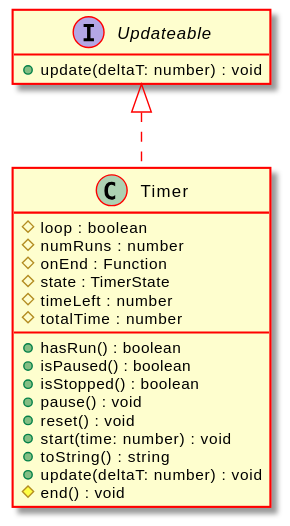
Test123938/Test2 keeps this PlantUML diagram as docs/api/assets/Timer-umlClassDiagram-6801.svg. Above is the earlier version. Its diagram source:
```plantuml
@startuml
skinparam ClassArrowColor #ff0000
skinparam ClassBorderColor #ff0000
skinparam BackgroundColor transparent
hide empty methods
hide empty fields
class "Timer" {
    #loop : boolean
    #numRuns : number
    #onEnd : Function
    #state : TimerState
    #timeLeft : number
    #totalTime : number
    +hasRun() : boolean
    +isPaused() : boolean
    +isStopped() : boolean
    +pause() : void
    +reset() : void
    +start(time: number) : void
    +toString() : string
    +update(deltaT: number) : void
    #end() : void
}
interface "Updateable" {
    +update(deltaT: number) : void
}
"Updateable" <|.. "Timer"
@enduml
```
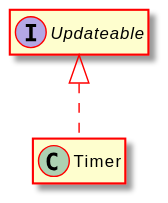
Later version of the same file.

What changed in the source:
```diff
@@ -5,24 +5,8 @@
 hide empty methods
 hide empty fields
 class "Timer" {
-    #loop : boolean
-    #numRuns : number
-    #onEnd : Function
-    #state : TimerState
-    #timeLeft : number
-    #totalTime : number
-    +hasRun() : boolean
-    +isPaused() : boolean
-    +isStopped() : boolean
-    +pause() : void
-    +reset() : void
-    +start(time: number) : void
-    +toString() : string
-    +update(deltaT: number) : void
-    #end() : void
 }
 interface "Updateable" {
-    +update(deltaT: number) : void
 }
 "Updateable" <|.. "Timer"
 @enduml
```
